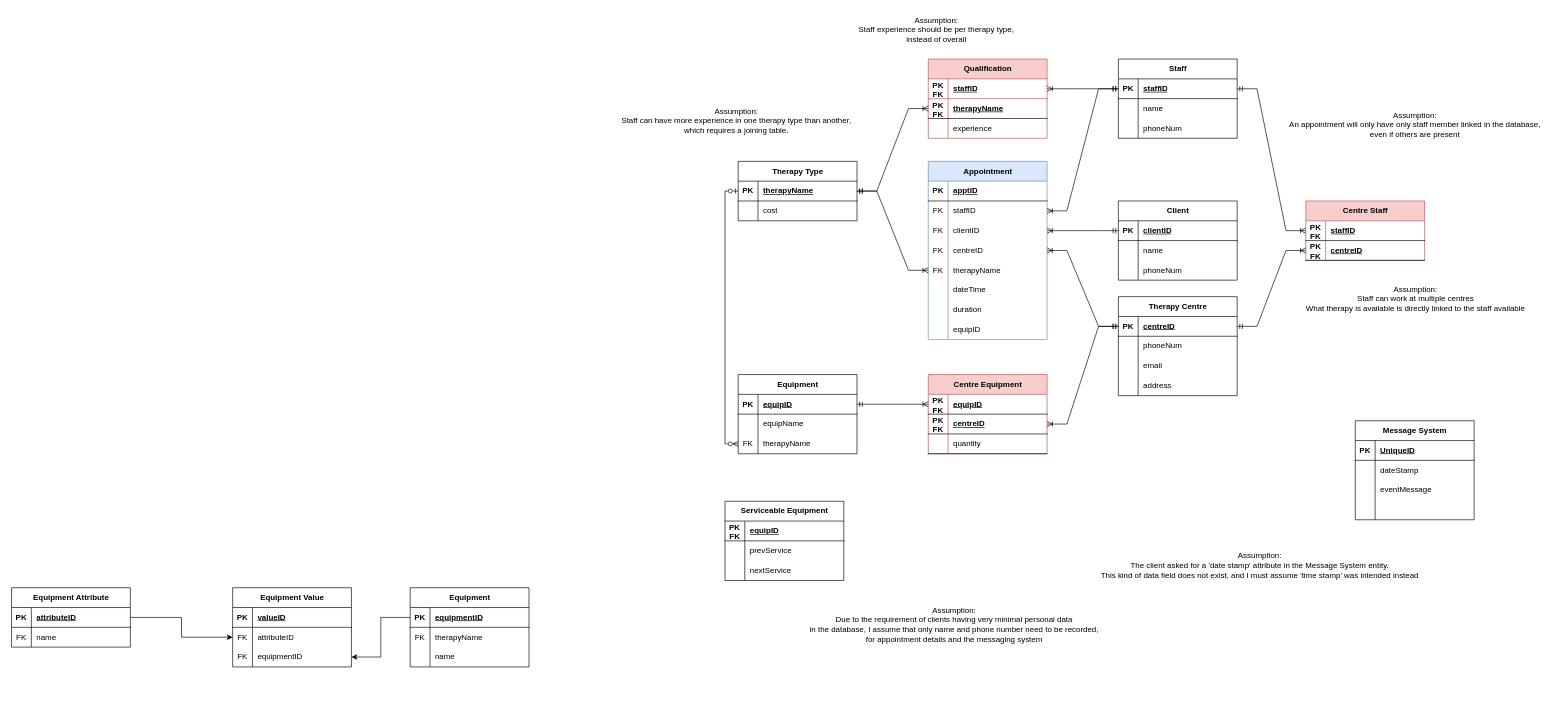
The draw.io diagram Task3a.drawio in Cowsox/Cowsox, before the edit. Source tidied: cells renumbered, new cells numbered last; positions are measured from the earlier drawing's top-left corner, leaving out a move shared by most shapes. Both pictures are drawn from the tidied source at 66%, with x=0, y=0 at pixel (11, 11).
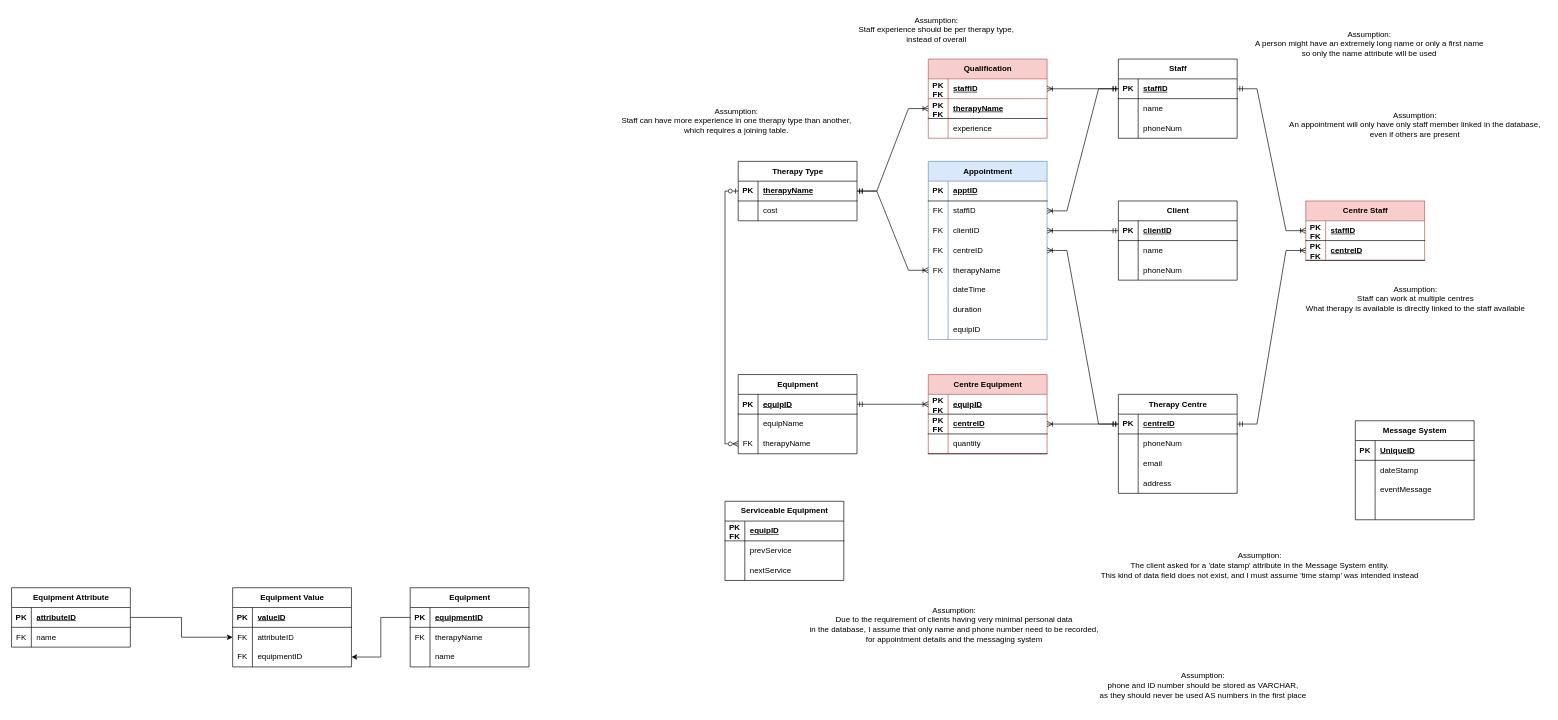
Above is the later version.

The edit, as a diff of the source:
```diff
@@
     <mxCell id="22" value="Therapy Centre" style="shape=table;startSize=30;childLayout=tableLayout;rowLines=0;fontStyle=1;align=center;html=1;" parent="1" vertex="1">
-      <mxGeometry x="1677" y="432" width="180" height="150" as="geometry" />
+      <mxGeometry x="1677" y="580" width="180" height="150" as="geometry" />
     </mxCell>
@@
+    <mxCell id="173" value="Assumption:&lt;div&gt;phone and ID number should be stored as VARCHAR,&lt;/div&gt;&lt;div&gt;as they should never be used AS numbers in the first place&lt;/div&gt;" style="text;html=1;align=center;verticalAlign=middle;strokeColor=none;fillColor=none;" parent="1" vertex="1">
+      <mxGeometry x="1643" y="985" width="324" height="72" as="geometry" />
+    </mxCell>
+    <mxCell id="174" value="Assumption:&lt;div&gt;A person might have an extremely long name or only a first name&lt;/div&gt;&lt;div&gt;so only the name attribute will be used&lt;/div&gt;" style="text;html=1;align=center;verticalAlign=middle;strokeColor=none;fillColor=none;" parent="1" vertex="1">
+      <mxGeometry x="1877" y="13" width="360" height="72" as="geometry" />
+    </mxCell>
```
